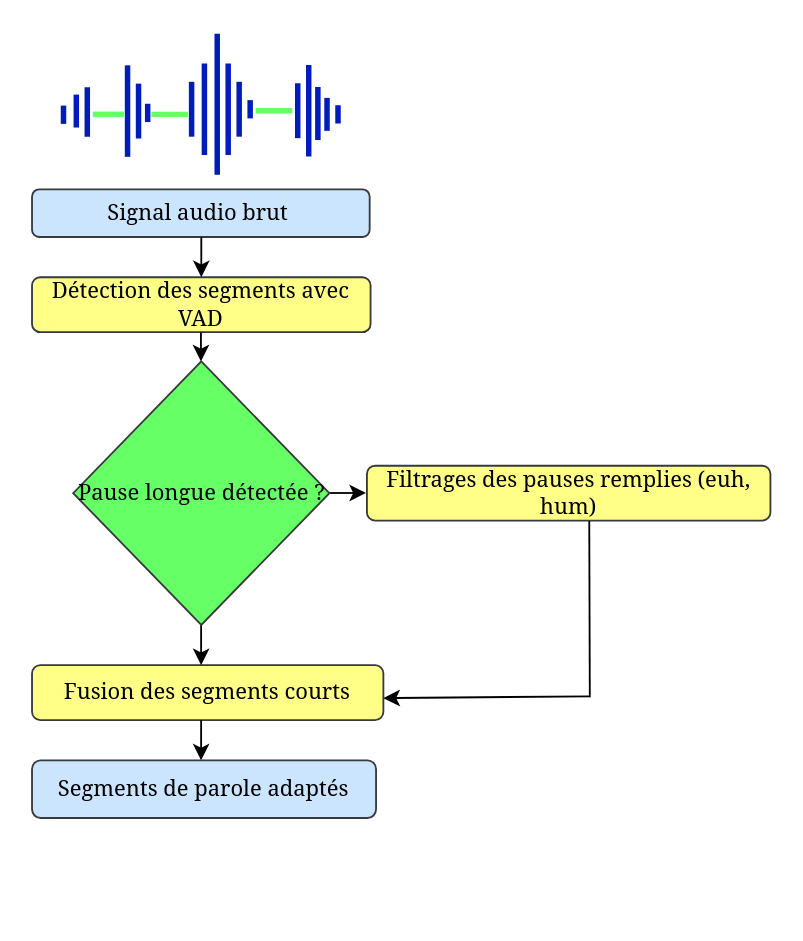
Above: page "Page-2" (2 of 2) of Trimodal_Fluency_sslmodel.drawio in papasega/Applied-Deep-Learning (draw.io), before the change. Source tidied: cells renumbered, new cells numbered last; positions are measured from the earlier drawing's top-left corner, leaving out a move shared by most shapes. Both pictures are drawn from the tidied source at 183%, with x=0, y=0 at pixel (31, 33).
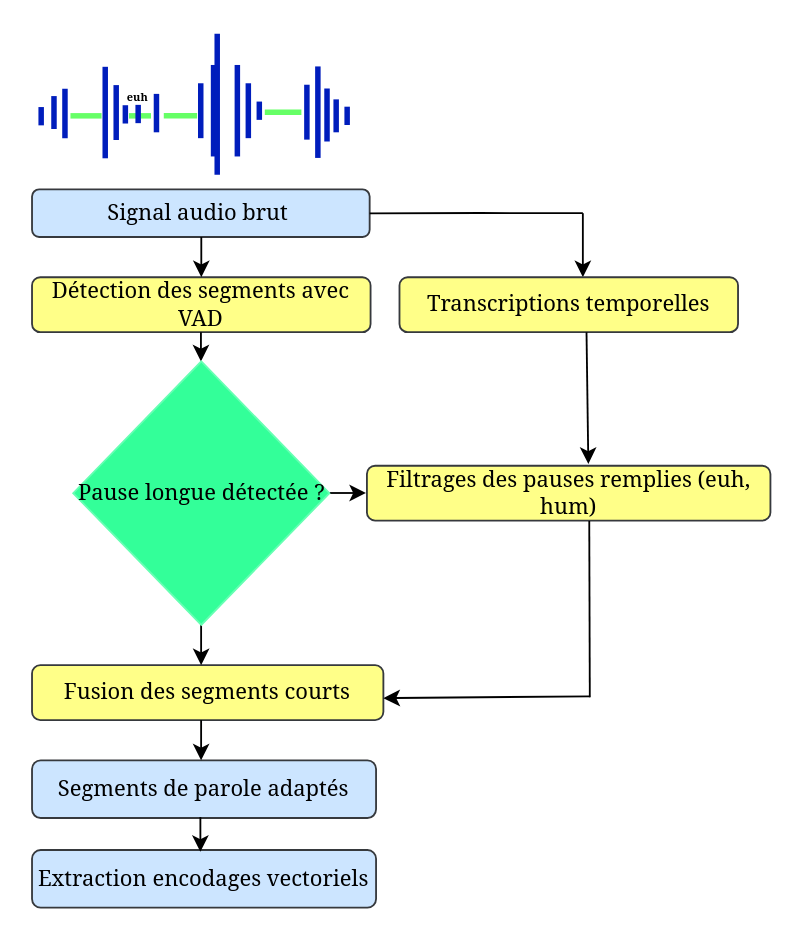
The same diagram, later.

Commit message (it also covers changes not shown here):
Mettre à jour Trimodal_Fluency_sslmodel.drawio

What changed in the source:
```diff
@@
     <mxCell id="14" style="endArrow=none;html=1;rounded=0;strokeWidth=3;fillColor=#0050ef;strokeColor=#001DBC;" parent="1" edge="1">
       <mxGeometry relative="1" as="geometry">
-        <mxPoint x="94.2" y="66.2" as="sourcePoint" />
-        <mxPoint x="94.2" y="16.2" as="targetPoint" />
+        <mxPoint x="99.2" y="67" as="sourcePoint" />
+        <mxPoint x="99.2" y="17" as="targetPoint" />
       </mxGeometry>
     </mxCell>
@@
     <mxCell id="16" style="endArrow=none;html=1;rounded=0;strokeWidth=3;fillColor=#0050ef;strokeColor=#001DBC;" parent="1" edge="1">
       <mxGeometry relative="1" as="geometry">
-        <mxPoint x="107.2" y="66.2" as="sourcePoint" />
-        <mxPoint x="107.2" y="16.2" as="targetPoint" />
+        <mxPoint x="112.2" y="67" as="sourcePoint" />
+        <mxPoint x="112.2" y="17" as="targetPoint" />
       </mxGeometry>
     </mxCell>
     <mxCell id="17" style="endArrow=none;html=1;rounded=0;strokeWidth=3;fillColor=#0050ef;strokeColor=#001DBC;" parent="1" edge="1">
       <mxGeometry relative="1" as="geometry">
-        <mxPoint x="113.2" y="56.2" as="sourcePoint" />
-        <mxPoint x="113.2" y="26.2" as="targetPoint" />
+        <mxPoint x="118.2" y="57" as="sourcePoint" />
+        <mxPoint x="118.2" y="27" as="targetPoint" />
       </mxGeometry>
     </mxCell>
     <mxCell id="18" style="endArrow=none;html=1;rounded=0;strokeWidth=3;fillColor=#0050ef;strokeColor=#001DBC;" parent="1" edge="1">
       <mxGeometry relative="1" as="geometry">
-        <mxPoint x="119.2" y="46.2" as="sourcePoint" />
-        <mxPoint x="119.2" y="36.2" as="targetPoint" />
+        <mxPoint x="124.2" y="47" as="sourcePoint" />
+        <mxPoint x="124.2" y="37" as="targetPoint" />
         <Array as="points">
-          <mxPoint x="119.2" y="36.2" />
+          <mxPoint x="124.2" y="37" />
         </Array>
       </mxGeometry>
     </mxCell>
     <mxCell id="19" style="endArrow=none;html=1;rounded=0;strokeWidth=3;fillColor=#0050ef;strokeColor=#001DBC;" parent="1" edge="1">
       <mxGeometry relative="1" as="geometry">
-        <mxPoint x="145.2" y="57" as="sourcePoint" />
-        <mxPoint x="145.2" y="27" as="targetPoint" />
+        <mxPoint x="150.2" y="57.8" as="sourcePoint" />
+        <mxPoint x="150.2" y="27.8" as="targetPoint" />
       </mxGeometry>
     </mxCell>
     <mxCell id="20" style="endArrow=none;html=1;rounded=0;strokeWidth=3;fillColor=#0050ef;strokeColor=#001DBC;" parent="1" edge="1">
       <mxGeometry relative="1" as="geometry">
-        <mxPoint x="151.2" y="67" as="sourcePoint" />
-        <mxPoint x="151.2" y="17" as="targetPoint" />
+        <mxPoint x="156.2" y="67.8" as="sourcePoint" />
+        <mxPoint x="156.2" y="17.8" as="targetPoint" />
       </mxGeometry>
     </mxCell>
     <mxCell id="21" style="endArrow=none;html=1;rounded=0;strokeWidth=3;fillColor=#0050ef;strokeColor=#001DBC;" parent="1" edge="1">
       <mxGeometry relative="1" as="geometry">
-        <mxPoint x="63.2" y="48.2" as="sourcePoint" />
-        <mxPoint x="63.2" y="38.2" as="targetPoint" />
+        <mxPoint x="51" y="49" as="sourcePoint" />
+        <mxPoint x="51" y="39" as="targetPoint" />
         <Array as="points">
-          <mxPoint x="63.2" y="38.2" />
+          <mxPoint x="51" y="39" />
         </Array>
       </mxGeometry>
     </mxCell>
     <mxCell id="22" style="endArrow=none;html=1;rounded=0;strokeWidth=3;fillColor=#0050ef;strokeColor=#001DBC;" parent="1" edge="1">
       <mxGeometry relative="1" as="geometry">
-        <mxPoint x="156.2" y="58" as="sourcePoint" />
-        <mxPoint x="156.2" y="38" as="targetPoint" />
+        <mxPoint x="161.2" y="58.8" as="sourcePoint" />
+        <mxPoint x="161.2" y="38.8" as="targetPoint" />
         <Array as="points">
-          <mxPoint x="156.2" y="29" />
+          <mxPoint x="161.2" y="29.8" />
         </Array>
       </mxGeometry>
     </mxCell>
     <mxCell id="23" style="endArrow=none;html=1;rounded=0;strokeWidth=3;fillColor=#0050ef;strokeColor=#001DBC;" parent="1" edge="1">
       <mxGeometry relative="1" as="geometry">
-        <mxPoint x="87.2" y="56.2" as="sourcePoint" />
-        <mxPoint x="87.2" y="26.2" as="targetPoint" />
+        <mxPoint x="92.2" y="57" as="sourcePoint" />
+        <mxPoint x="92.2" y="27" as="targetPoint" />
       </mxGeometry>
     </mxCell>
     <mxCell id="24" style="endArrow=none;html=1;rounded=0;strokeWidth=3;fillColor=#0050ef;strokeColor=#001DBC;" parent="1" edge="1">
       <mxGeometry relative="1" as="geometry">
-        <mxPoint x="58.2" y="57.2" as="sourcePoint" />
-        <mxPoint x="58.2" y="27.2" as="targetPoint" />
+        <mxPoint x="46" y="58" as="sourcePoint" />
+        <mxPoint x="46" y="28" as="targetPoint" />
       </mxGeometry>
     </mxCell>
     <mxCell id="25" style="endArrow=none;html=1;rounded=0;strokeWidth=3;fillColor=#0050ef;strokeColor=#001DBC;" parent="1" edge="1">
       <mxGeometry relative="1" as="geometry">
-        <mxPoint x="52.2" y="67.2" as="sourcePoint" />
-        <mxPoint x="52.2" y="17.2" as="targetPoint" />
+        <mxPoint x="40" y="68" as="sourcePoint" />
+        <mxPoint x="40" y="18" as="targetPoint" />
         <Array as="points">
-          <mxPoint x="52.2" y="67.2" />
+          <mxPoint x="40" y="68" />
         </Array>
       </mxGeometry>
     </mxCell>
     <mxCell id="26" style="endArrow=none;html=1;rounded=0;strokeWidth=3;fillColor=#0050ef;strokeColor=#001DBC;" parent="1" edge="1">
       <mxGeometry relative="1" as="geometry">
-        <mxPoint x="161.2" y="53" as="sourcePoint" />
-        <mxPoint x="161.2" y="35" as="targetPoint" />
+        <mxPoint x="166.2" y="53.8" as="sourcePoint" />
+        <mxPoint x="166.2" y="35.8" as="targetPoint" />
       </mxGeometry>
     </mxCell>
     <mxCell id="27" style="endArrow=none;html=1;rounded=0;strokeWidth=3;fillColor=#0050ef;strokeColor=#001DBC;" parent="1" edge="1">
       <mxGeometry relative="1" as="geometry">
-        <mxPoint x="30.2" y="56.2" as="sourcePoint" />
-        <mxPoint x="30.2" y="38.2" as="targetPoint" />
+        <mxPoint x="18" y="57" as="sourcePoint" />
+        <mxPoint x="18" y="39" as="targetPoint" />
         <Array as="points">
-          <mxPoint x="30.2" y="29.2" />
+          <mxPoint x="18" y="30" />
         </Array>
       </mxGeometry>
     </mxCell>
     <mxCell id="28" style="endArrow=none;html=1;rounded=0;strokeWidth=3;fillColor=#0050ef;strokeColor=#001DBC;" parent="1" edge="1">
       <mxGeometry relative="1" as="geometry">
-        <mxPoint x="24.2" y="51.2" as="sourcePoint" />
-        <mxPoint x="24.2" y="33.2" as="targetPoint" />
+        <mxPoint x="12" y="52" as="sourcePoint" />
+        <mxPoint x="12" y="34" as="targetPoint" />
       </mxGeometry>
     </mxCell>
     <mxCell id="29" style="endArrow=none;html=1;rounded=0;strokeWidth=3;fillColor=#0050ef;strokeColor=#001DBC;" parent="1" edge="1">
       <mxGeometry relative="1" as="geometry">
-        <mxPoint x="17.2" y="49.2" as="sourcePoint" />
-        <mxPoint x="17.2" y="39.2" as="targetPoint" />
+        <mxPoint x="5" y="50" as="sourcePoint" />
+        <mxPoint x="5" y="40" as="targetPoint" />
       </mxGeometry>
     </mxCell>
     <mxCell id="30" style="endArrow=none;html=1;rounded=0;strokeWidth=3;fillColor=#0050ef;strokeColor=#001DBC;" parent="1" edge="1">
       <mxGeometry relative="1" as="geometry">
-        <mxPoint x="167.2" y="49" as="sourcePoint" />
-        <mxPoint x="167.2" y="39" as="targetPoint" />
+        <mxPoint x="172.2" y="49.8" as="sourcePoint" />
+        <mxPoint x="172.2" y="39.8" as="targetPoint" />
       </mxGeometry>
     </mxCell>
     <mxCell id="31" style="endArrow=none;html=1;rounded=0;strokeWidth=3;fillColor=#ffcc99;strokeColor=#66FF66;" parent="1" edge="1">
       <mxGeometry relative="1" as="geometry">
-        <mxPoint x="85.2" y="44" as="sourcePoint" />
-        <mxPoint x="65.2" y="44" as="targetPoint" />
+        <mxPoint x="90.2" y="44.8" as="sourcePoint" />
+        <mxPoint x="72" y="44.8" as="targetPoint" />
       </mxGeometry>
     </mxCell>
     <mxCell id="32" style="endArrow=none;html=1;rounded=0;strokeWidth=3;fillColor=#ffcccc;strokeColor=#66FF66;" parent="1" edge="1">
       <mxGeometry relative="1" as="geometry">
-        <mxPoint x="142.2" y="42" as="sourcePoint" />
-        <mxPoint x="122.2" y="42" as="targetPoint" />
+        <mxPoint x="147.2" y="42.8" as="sourcePoint" />
+        <mxPoint x="127.2" y="42.8" as="targetPoint" />
       </mxGeometry>
     </mxCell>
     <mxCell id="33" style="endArrow=none;html=1;rounded=0;strokeWidth=3;fillColor=#ffcccc;strokeColor=#66FF66;" parent="1" edge="1">
       <mxGeometry relative="1" as="geometry">
-        <mxPoint x="50.2" y="44" as="sourcePoint" />
-        <mxPoint x="33.2" y="44" as="targetPoint" />
+        <mxPoint x="38" y="44.8" as="sourcePoint" />
+        <mxPoint x="21" y="44.8" as="targetPoint" />
       </mxGeometry>
     </mxCell>
-    <mxCell id="34" value="&lt;span style=&quot;font-family: Georgia;&quot;&gt;Pause longue détectée ?&lt;/span&gt;" style="rhombus;whiteSpace=wrap;html=1;fillColor=#66FF66;strokeColor=#36393d;" parent="1" vertex="1">
+    <mxCell id="34" value="&lt;span style=&quot;font-family: Georgia;&quot;&gt;Pause longue détectée ?&lt;/span&gt;" style="rhombus;whiteSpace=wrap;html=1;fillColor=#33FF99;strokeColor=#66FFB3;" parent="1" vertex="1">
       <mxGeometry x="22.5" y="179" width="140" height="144" as="geometry" />
     </mxCell>
+    <mxCell id="35" style="endArrow=classic;html=1;rounded=0;" parent="1" edge="1">
+      <mxGeometry relative="1" as="geometry">
+        <mxPoint x="301" y="98" as="sourcePoint" />
+        <mxPoint x="301" y="133" as="targetPoint" />
+      </mxGeometry>
+    </mxCell>
+    <mxCell id="36" style="endArrow=none;html=1;rounded=0;" parent="1" edge="1">
+      <mxGeometry relative="1" as="geometry">
+        <mxPoint x="184.5" y="98.1" as="sourcePoint" />
+        <mxPoint x="301" y="98" as="targetPoint" />
+        <Array as="points">
+          <mxPoint x="245" y="97.9" />
+        </Array>
+      </mxGeometry>
+    </mxCell>
+    <mxCell id="37" value="&lt;font face=&quot;Georgia&quot;&gt;Transcriptions&amp;nbsp;&lt;/font&gt;&lt;span style=&quot;font-family: Georgia; background-color: transparent; color: light-dark(rgb(0, 0, 0), rgb(255, 255, 255));&quot;&gt;temporelles&lt;/span&gt;" style="rounded=1;whiteSpace=wrap;html=1;fillColor=#ffff88;strokeColor=#36393d;" parent="1" vertex="1">
+      <mxGeometry x="200.8" y="133" width="185" height="30" as="geometry" />
+    </mxCell>
+    <mxCell id="38" style="endArrow=classic;html=1;rounded=0;" parent="1" edge="1">
+      <mxGeometry relative="1" as="geometry">
+        <mxPoint x="303" y="163" as="sourcePoint" />
+        <mxPoint x="304" y="235" as="targetPoint" />
+      </mxGeometry>
+    </mxCell>
+    <mxCell id="39" value="&lt;font face=&quot;Georgia&quot;&gt;Extraction encodages vectoriels&lt;/font&gt;" style="rounded=1;whiteSpace=wrap;html=1;fillColor=#cce5ff;strokeColor=#36393d;" parent="1" vertex="1">
+      <mxGeometry y="446" width="188" height="31.5" as="geometry" />
+    </mxCell>
+    <mxCell id="40" style="endArrow=classic;html=1;rounded=0;" parent="1" edge="1">
+      <mxGeometry relative="1" as="geometry">
+        <mxPoint x="92" y="428" as="sourcePoint" />
+        <mxPoint x="92" y="447" as="targetPoint" />
+      </mxGeometry>
+    </mxCell>
+    <mxCell id="41" style="endArrow=none;html=1;rounded=0;strokeWidth=3;fillColor=#ffcc99;strokeColor=#66FF66;" parent="1" edge="1">
+      <mxGeometry relative="1" as="geometry">
+        <mxPoint x="65" y="44.8" as="sourcePoint" />
+        <mxPoint x="53" y="44.8" as="targetPoint" />
+      </mxGeometry>
+    </mxCell>
+    <mxCell id="42" style="endArrow=none;html=1;rounded=0;strokeWidth=3;fillColor=#0050ef;strokeColor=#001DBC;" parent="1" edge="1">
+      <mxGeometry relative="1" as="geometry">
+        <mxPoint x="58" y="48.8" as="sourcePoint" />
+        <mxPoint x="58" y="38.8" as="targetPoint" />
+        <Array as="points">
+          <mxPoint x="58" y="38.8" />
+        </Array>
+      </mxGeometry>
+    </mxCell>
+    <mxCell id="43" style="endArrow=none;html=1;rounded=0;strokeWidth=3;fillColor=#0050ef;strokeColor=#001DBC;" parent="1" edge="1">
+      <mxGeometry relative="1" as="geometry">
+        <mxPoint x="68" y="53.8" as="sourcePoint" />
+        <mxPoint x="68" y="32.8" as="targetPoint" />
+      </mxGeometry>
+    </mxCell>
+    <mxCell id="44" value="&lt;font style=&quot;font-size: 6px;&quot; face=&quot;Georgia&quot;&gt;&lt;b&gt;euh&lt;/b&gt;&lt;/font&gt;" style="text;html=1;align=center;verticalAlign=middle;whiteSpace=wrap;rounded=0;" parent="1" vertex="1">
+      <mxGeometry x="28" y="18" width="60" height="30" as="geometry" />
+    </mxCell>
```
